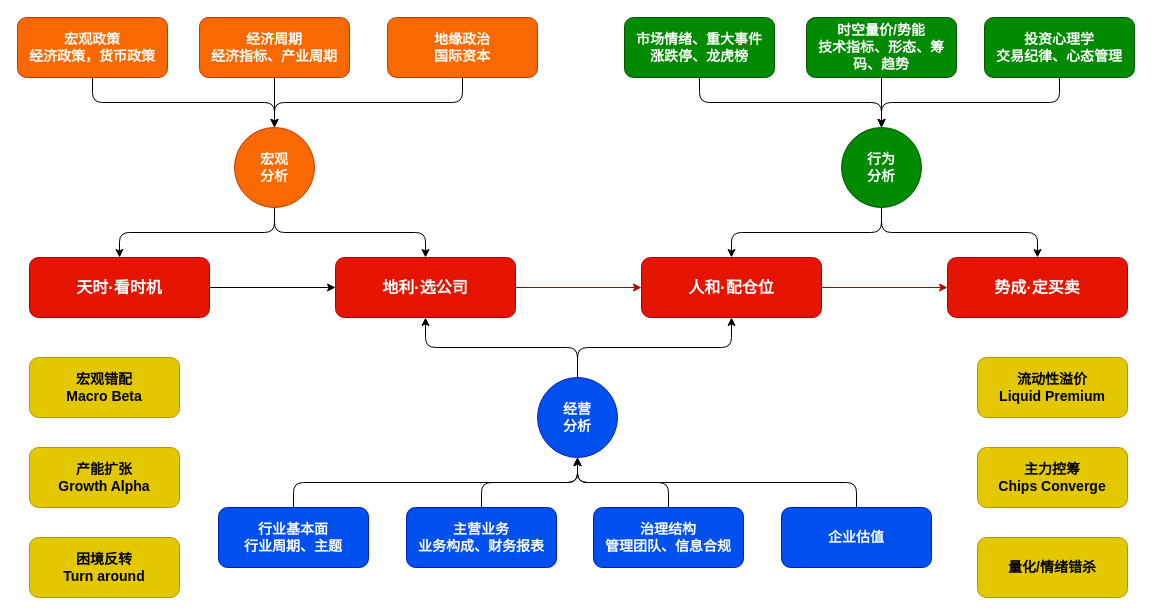
wx-chevalier/Cheval-Trading-System keeps this draw.io diagram as 月熊交易系统/2025~四象推演交易系统/2025.0524~四象推演交易系统.drawio. Above is the earlier version. Source tidied: cells renumbered, new cells numbered last; positions are measured from the earlier drawing's top-left corner, leaving out a move shared by most shapes. Both pictures are drawn from the tidied source at 100%, with x=0, y=0 at pixel (17, 17).
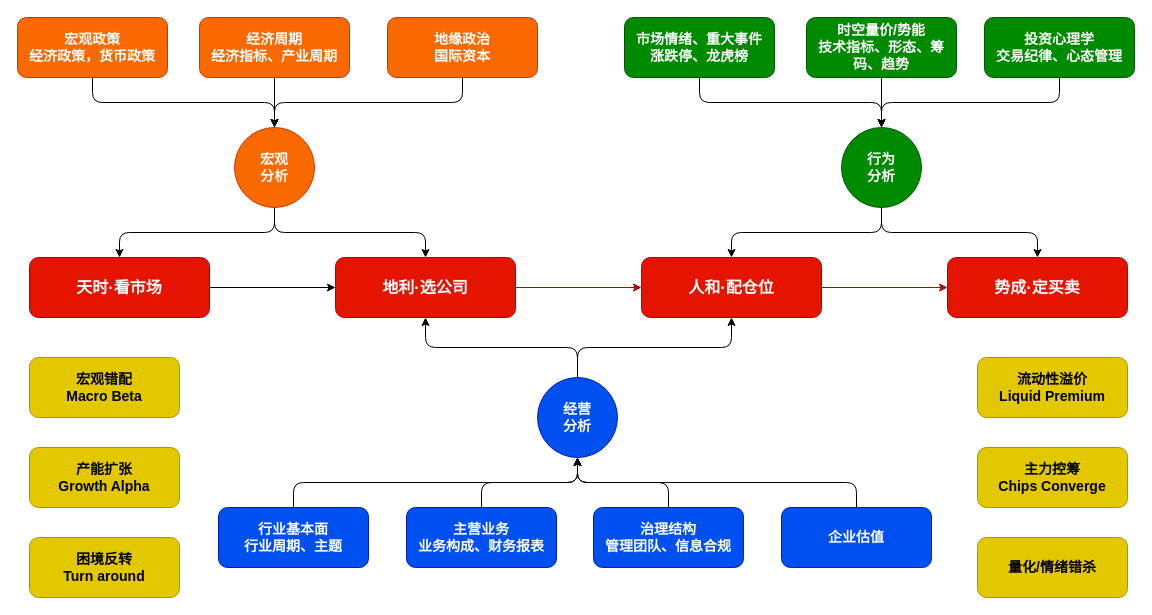
Above is the later version.

What changed in the source:
```diff
@@
-    <mxCell id="3" value="天时·看时机" style="rounded=1;whiteSpace=wrap;html=1;fillColor=#e51400;strokeColor=#B20000;fontColor=#ffffff;fontSize=16;fontStyle=1;" parent="1" vertex="1">
+    <mxCell id="3" value="天时·看市场" style="rounded=1;whiteSpace=wrap;html=1;fillColor=#e51400;strokeColor=#B20000;fontColor=#ffffff;fontSize=16;fontStyle=1;" parent="1" vertex="1">
       <mxGeometry x="12" y="240" width="180" height="60" as="geometry" />
     </mxCell>
```
